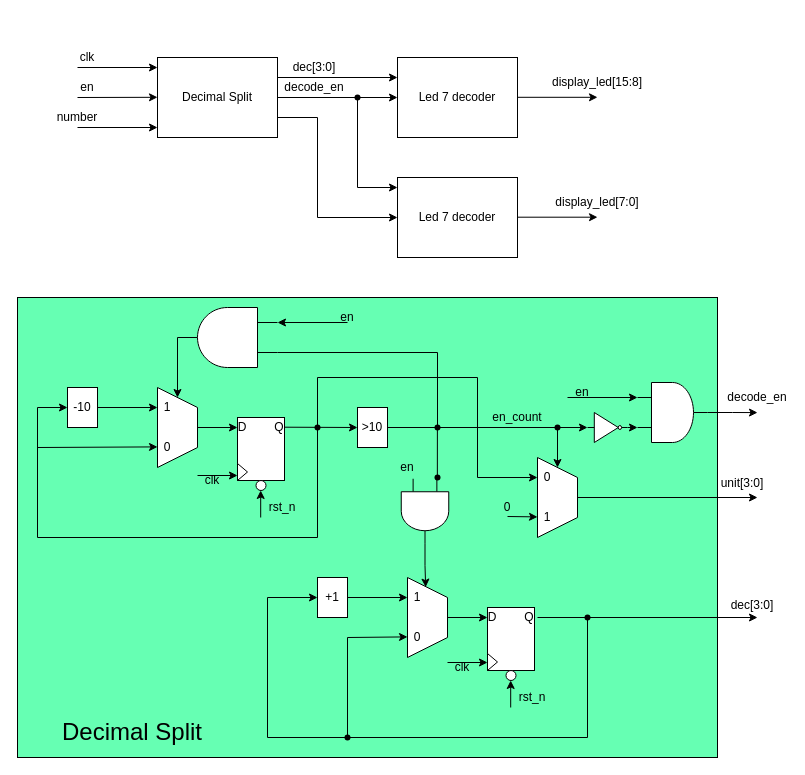
The draw.io diagram page "Decimal Split" (4 of 4) of Traffic_light.drawio in 106210049/Traffic-light-SystemVerilog, before the edit. Source tidied: cells renumbered, new cells numbered last; positions are measured from the earlier drawing's top-left corner, leaving out a move shared by most shapes. Both pictures are drawn from the tidied source at 100%, with x=0, y=0 at pixel (17, 47).
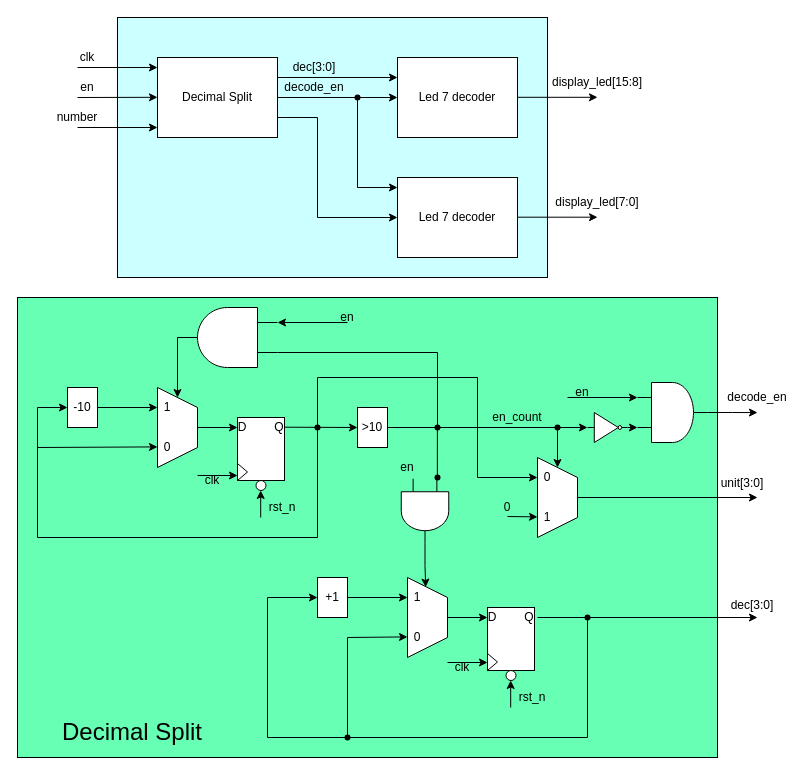
After the change.

What changed in the source:
```diff
@@
+    <mxCell id="120" style="rounded=0;whiteSpace=wrap;html=1;fillColor=#CCFFFF;" parent="1" vertex="1">
+      <mxGeometry x="100" y="-30" width="430" height="260" as="geometry" />
+    </mxCell>
```
